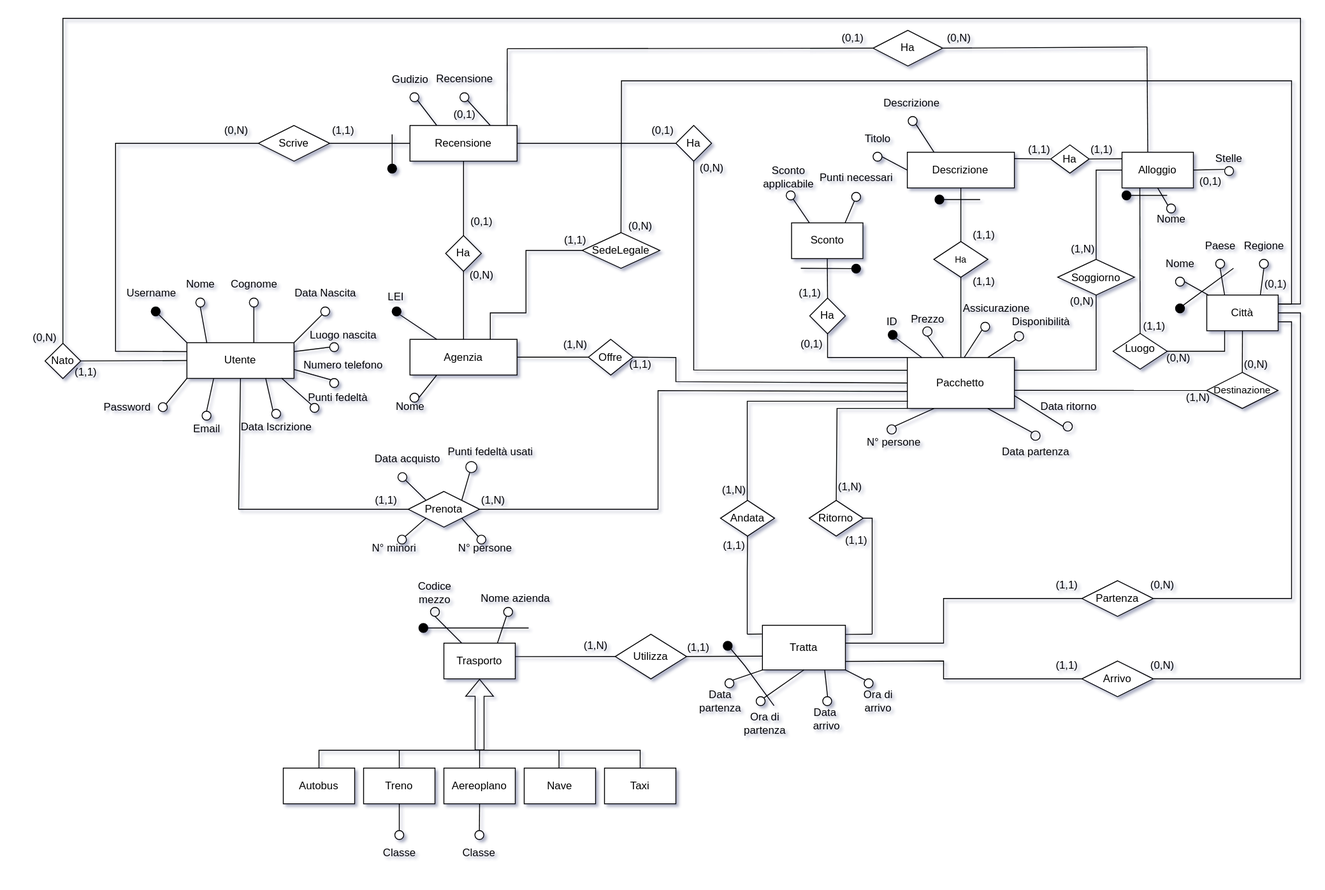
Before: relazione/assets/ER_concettuale.svg, a diagram exported from draw.io (bustre/Easy-travel). Source tidied: cells renumbered, new cells last; positions are measured from the earlier drawing's top-left corner, leaving out a move shared by most shapes.
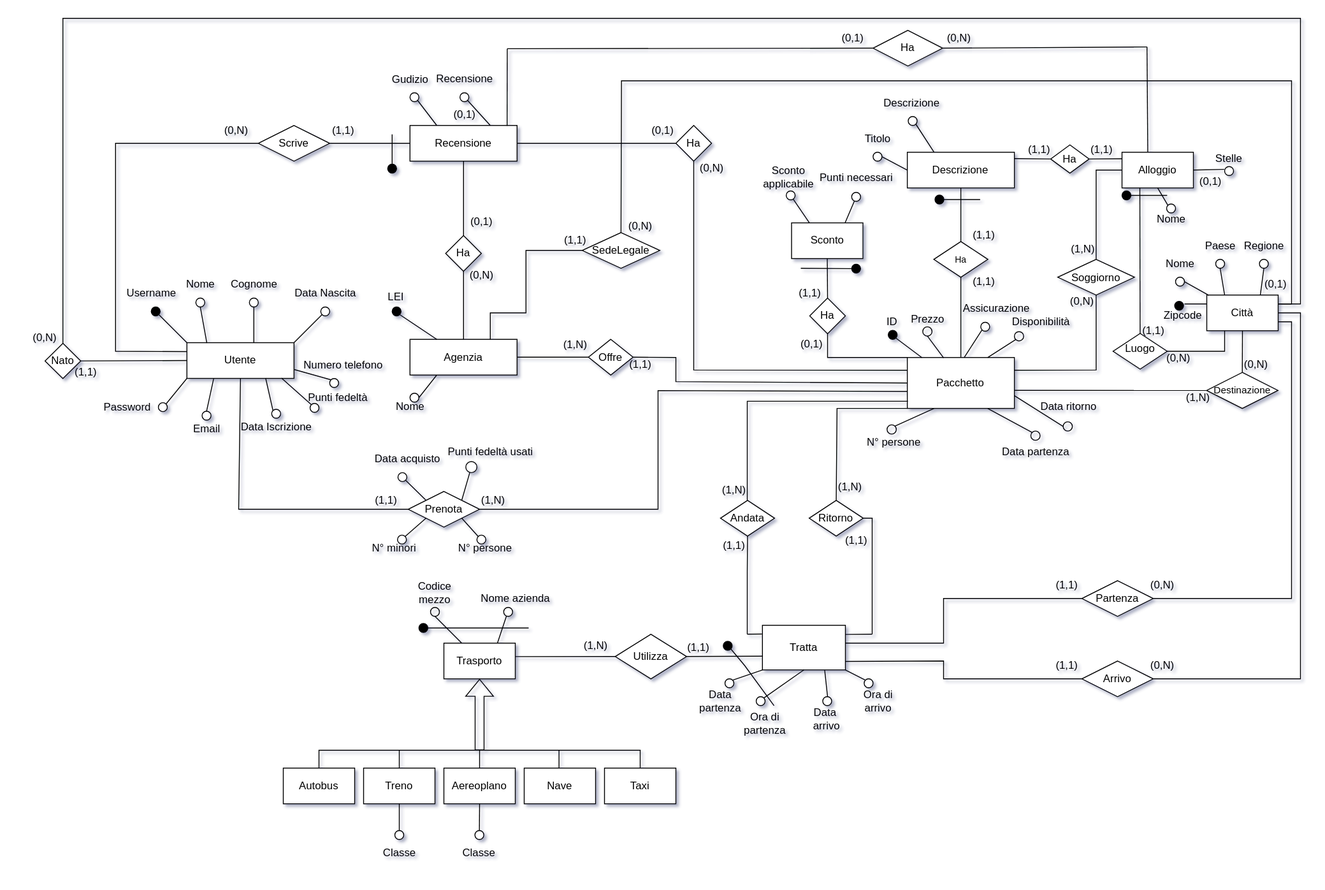
Later version of the same file.

Diff of the diagram source:
```diff
@@ -156,13 +156,13 @@
     <mxCell id="51" value="Regione" style="text;html=1;align=center;verticalAlign=middle;strokeColor=none;fillColor=none;" parent="1" vertex="1">
       <mxGeometry x="1361" y="240" width="70" height="30" as="geometry" />
     </mxCell>
-    <mxCell id="52" style="endArrow=none;html=1;rounded=0;exitX=1;exitY=0;exitDx=0;exitDy=0;" parent="1" edge="1" source="53">
+    <mxCell id="52" style="endArrow=none;html=1;rounded=0;entryX=0;entryY=0.25;entryDx=0;entryDy=0;" parent="1" edge="1" target="39">
       <mxGeometry relative="1" as="geometry">
-        <mxPoint x="1362" y="280" as="targetPoint" />
+        <mxPoint x="1307" y="320" as="sourcePoint" />
       </mxGeometry>
     </mxCell>
     <mxCell id="53" style="ellipse;whiteSpace=wrap;html=1;fillColor=#000000;" parent="1" vertex="1">
-      <mxGeometry x="1297" y="320" width="10" height="10" as="geometry" />
+      <mxGeometry x="1296" y="317" width="10" height="10" as="geometry" />
     </mxCell>
     <mxCell id="54" value="&lt;font style=&quot;font-size: 12px;&quot;&gt;Soggiorno&lt;/font&gt;" style="rhombus;whiteSpace=wrap;html=1;spacingBottom=-1;fontSize=12;verticalAlign=middle;" parent="1" vertex="1">
       <mxGeometry x="1165" y="270" width="86" height="40" as="geometry" />
@@ -204,7 +204,7 @@
       <mxGeometry x="1168.2" y="244" width="50" height="30" as="geometry" />
     </mxCell>
     <mxCell id="63" value="&lt;div&gt;(1,1)&lt;/div&gt;" style="text;html=1;align=center;verticalAlign=middle;strokeColor=none;fillColor=none;" parent="1" vertex="1">
-      <mxGeometry x="1247.6" y="329.6" width="50" height="30" as="geometry" />
+      <mxGeometry x="1246.6" y="334.6" width="50" height="30" as="geometry" />
     </mxCell>
     <mxCell id="64" value="(0,N)" style="text;html=1;align=center;verticalAlign=middle;strokeColor=none;fillColor=none;" parent="1" vertex="1">
       <mxGeometry x="1275" y="366" width="50" height="30" as="geometry" />
@@ -744,15 +744,6 @@
     <mxCell id="206" value="(0,N)" style="text;html=1;align=center;verticalAlign=middle;strokeColor=none;fillColor=none;" parent="1" vertex="1">
       <mxGeometry x="672" y="218" width="50" height="30" as="geometry" />
     </mxCell>
-    <mxCell id="207" style="ellipse;whiteSpace=wrap;html=1;" parent="1" vertex="1">
-      <mxGeometry x="349" y="363.4" width="10" height="10" as="geometry" />
-    </mxCell>
-    <mxCell id="208" style="endArrow=none;html=1;rounded=0;exitX=1;exitY=0.25;exitDx=0;exitDy=0;entryX=0;entryY=0.5;entryDx=0;entryDy=0;" parent="1" edge="1" source="133" target="207">
-      <mxGeometry relative="1" as="geometry" />
-    </mxCell>
-    <mxCell id="209" value="Luogo nascita" style="text;html=1;align=center;verticalAlign=middle;strokeColor=none;fillColor=none;" parent="1" vertex="1">
-      <mxGeometry x="314" y="339.6" width="100" height="30" as="geometry" />
-    </mxCell>
     <mxCell id="210" style="ellipse;whiteSpace=wrap;html=1;" parent="1" vertex="1">
       <mxGeometry x="349" y="403.5" width="10" height="10" as="geometry" />
     </mxCell>
@@ -952,5 +943,8 @@
     <mxCell id="265" value="(0,1)" style="text;html=1;align=center;verticalAlign=middle;strokeColor=none;fillColor=none;" parent="1" vertex="1">
       <mxGeometry x="1384" y="283.4" width="50" height="30" as="geometry" />
     </mxCell>
+    <mxCell id="266" value="Zipcode" style="text;html=1;align=center;verticalAlign=middle;strokeColor=none;fillColor=none;" parent="1" vertex="1">
+      <mxGeometry x="1270" y="318.4" width="70" height="30" as="geometry" />
+    </mxCell>
   </root>
 </mxGraphModel>
```
